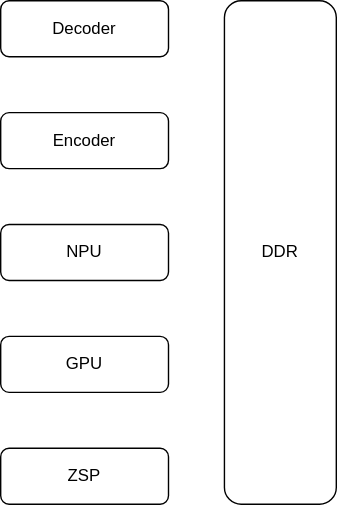
The draw.io diagram supernova_hw.drawio.svg in GYZHANG2019/temp, before a commit. Source tidied: cells renumbered, new cells last; positions are measured from the earlier drawing's top-left corner, leaving out a move shared by most shapes.
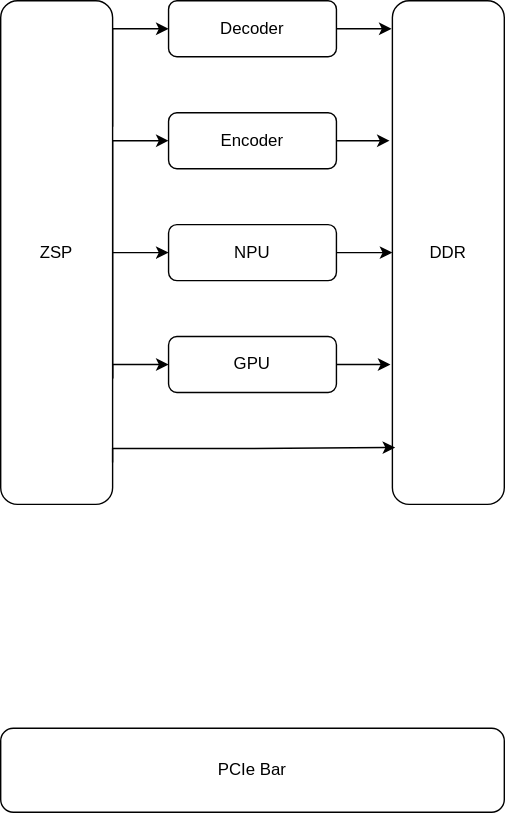
After the commit.

Change to the diagram source:
```diff
@@ -8,6 +8,9 @@
     <mxCell id="3" value="Encoder" style="rounded=1;whiteSpace=wrap;html=1;" parent="1" vertex="1">
       <mxGeometry y="80" width="120" height="40" as="geometry" />
     </mxCell>
+    <mxCell id="8" style="edgeStyle=orthogonalEdgeStyle;rounded=0;jettySize=auto;html=1;exitX=1;exitY=0.5;exitDx=0;exitDy=0;entryX=0;entryY=0.5;entryDx=0;entryDy=0;" parent="1" edge="1" source="4" target="6">
+      <mxGeometry relative="1" as="geometry" />
+    </mxCell>
     <mxCell id="4" value="NPU" style="rounded=1;whiteSpace=wrap;html=1;" parent="1" vertex="1">
       <mxGeometry y="160" width="120" height="40" as="geometry" />
     </mxCell>
@@ -17,8 +20,57 @@
     <mxCell id="6" value="DDR" style="rounded=1;whiteSpace=wrap;html=1;" parent="1" vertex="1">
       <mxGeometry x="160" width="80" height="360" as="geometry" />
     </mxCell>
+    <mxCell id="9" style="edgeStyle=orthogonalEdgeStyle;rounded=0;jettySize=auto;html=1;exitX=1;exitY=0.25;exitDx=0;exitDy=0;entryX=0;entryY=0.5;entryDx=0;entryDy=0;" parent="1" edge="1" source="7" target="2">
+      <mxGeometry relative="1" as="geometry">
+        <Array as="points">
+          <mxPoint x="-40" y="20" />
+        </Array>
+      </mxGeometry>
+    </mxCell>
+    <mxCell id="10" style="edgeStyle=orthogonalEdgeStyle;rounded=0;jettySize=auto;html=1;exitX=1;exitY=0.5;exitDx=0;exitDy=0;entryX=0;entryY=0.5;entryDx=0;entryDy=0;" parent="1" edge="1" source="7" target="3">
+      <mxGeometry relative="1" as="geometry">
+        <Array as="points">
+          <mxPoint x="-40" y="100" />
+        </Array>
+      </mxGeometry>
+    </mxCell>
+    <mxCell id="11" style="edgeStyle=orthogonalEdgeStyle;rounded=0;jettySize=auto;html=1;exitX=1;exitY=0.75;exitDx=0;exitDy=0;entryX=0;entryY=0.5;entryDx=0;entryDy=0;" parent="1" edge="1" source="7" target="4">
+      <mxGeometry relative="1" as="geometry">
+        <Array as="points">
+          <mxPoint x="-40" y="180" />
+        </Array>
+      </mxGeometry>
+    </mxCell>
+    <mxCell id="12" style="edgeStyle=orthogonalEdgeStyle;rounded=0;jettySize=auto;html=1;exitX=1;exitY=0.75;exitDx=0;exitDy=0;" parent="1" edge="1" source="7" target="5">
+      <mxGeometry relative="1" as="geometry">
+        <Array as="points">
+          <mxPoint x="-40" y="260" />
+        </Array>
+      </mxGeometry>
+    </mxCell>
     <mxCell id="7" value="ZSP" style="rounded=1;whiteSpace=wrap;html=1;" parent="1" vertex="1">
-      <mxGeometry y="320" width="120" height="40" as="geometry" />
+      <mxGeometry x="-120" width="80" height="360" as="geometry" />
     </mxCell>
+    <mxCell id="13" value="PCIe Bar" style="rounded=1;whiteSpace=wrap;html=1;" parent="1" vertex="1">
+      <mxGeometry x="-120" y="520" width="360" height="60" as="geometry" />
+    </mxCell>
+    <mxCell id="14" style="edgeStyle=orthogonalEdgeStyle;rounded=0;jettySize=auto;html=1;entryX=0.025;entryY=0.887;entryDx=0;entryDy=0;entryPerimeter=0;" parent="1" edge="1" target="6">
+      <mxGeometry relative="1" as="geometry">
+        <mxPoint x="-40" y="330" as="sourcePoint" />
+        <Array as="points">
+          <mxPoint x="-40" y="320" />
+          <mxPoint x="60" y="320" />
+        </Array>
+      </mxGeometry>
+    </mxCell>
+    <mxCell id="15" style="edgeStyle=orthogonalEdgeStyle;rounded=0;jettySize=auto;html=1;exitX=1;exitY=0.5;exitDx=0;exitDy=0;entryX=-0.017;entryY=0.722;entryDx=0;entryDy=0;entryPerimeter=0;" parent="1" edge="1" source="5" target="6">
+      <mxGeometry relative="1" as="geometry" />
+    </mxCell>
+    <mxCell id="16" style="edgeStyle=orthogonalEdgeStyle;rounded=0;jettySize=auto;html=1;exitX=1;exitY=0.5;exitDx=0;exitDy=0;entryX=-0.008;entryY=0.056;entryDx=0;entryDy=0;entryPerimeter=0;" parent="1" edge="1" source="2" target="6">
+      <mxGeometry relative="1" as="geometry" />
+    </mxCell>
+    <mxCell id="17" style="edgeStyle=orthogonalEdgeStyle;rounded=0;jettySize=auto;html=1;exitX=1;exitY=0.5;exitDx=0;exitDy=0;entryX=-0.025;entryY=0.278;entryDx=0;entryDy=0;entryPerimeter=0;" parent="1" edge="1" source="3" target="6">
+      <mxGeometry relative="1" as="geometry" />
+    </mxCell>
   </root>
 </mxGraphModel>
```
